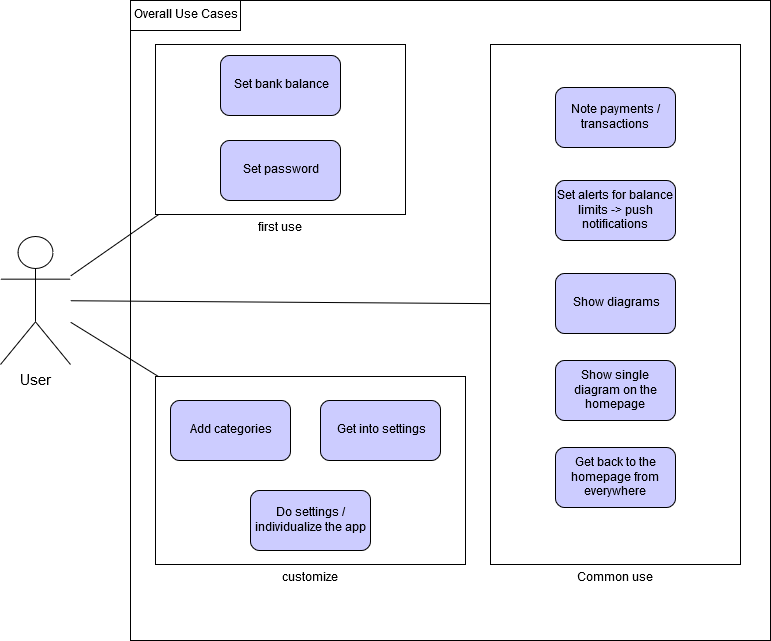
Above: OverallUsecases.png in leumas244/easyFinance-SoftwareEngeneering (draw.io), before the change. Source tidied: cells renumbered, new cells last; positions are measured from the earlier drawing's top-left corner, leaving out a move shared by most shapes.
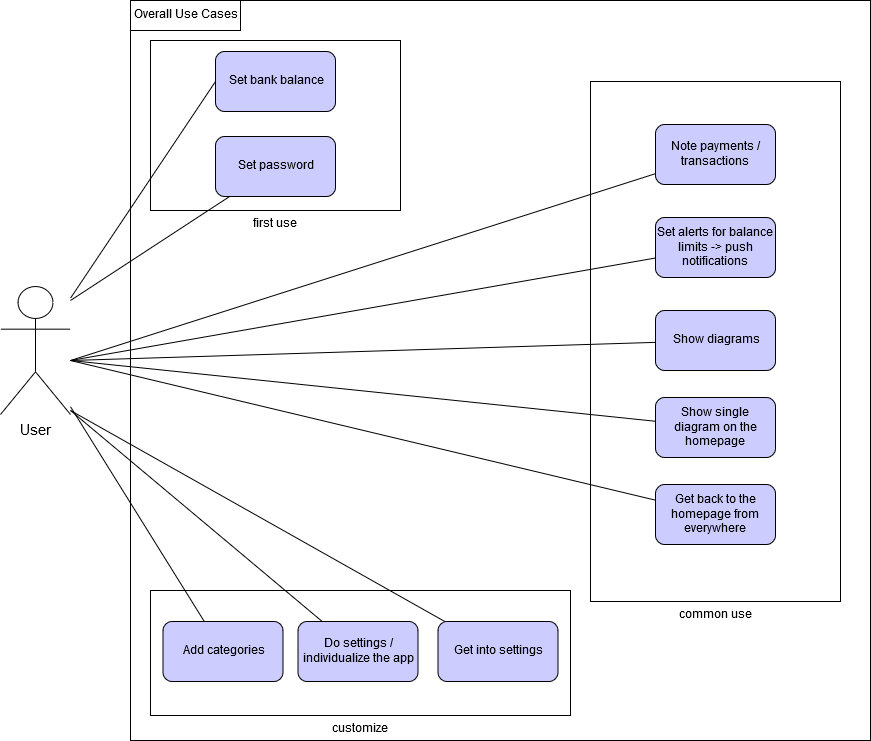
The same file after the commit.

The edit, as a diff of the source:
```diff
@@ -3,61 +3,98 @@
     <mxCell id="0" />
     <mxCell id="1" parent="0" />
     <mxCell id="2" style="whiteSpace=wrap;html=1;" parent="1" vertex="1">
-      <mxGeometry x="130" width="640" height="640" as="geometry" />
+      <mxGeometry x="130" y="-50" width="740" height="740" as="geometry" />
     </mxCell>
-    <mxCell id="3" value="Common use" style="verticalLabelPosition=bottom;verticalAlign=top;html=1;shape=mxgraph.basic.rect;fillColor=#ffffff;fillColor2=none;strokeColor=#000000;strokeWidth=1;size=20;indent=5;" parent="1" vertex="1">
-      <mxGeometry x="490" y="44" width="250" height="520" as="geometry" />
+    <mxCell id="3" value="common use" style="verticalLabelPosition=bottom;verticalAlign=top;html=1;shape=mxgraph.basic.rect;fillColor=#ffffff;fillColor2=none;strokeColor=#000000;strokeWidth=1;size=20;indent=5;" parent="1" vertex="1">
+      <mxGeometry x="590" y="31" width="250" height="520" as="geometry" />
     </mxCell>
     <mxCell id="4" value="customize" style="verticalLabelPosition=bottom;verticalAlign=top;html=1;shape=mxgraph.basic.rect;fillColor=#ffffff;fillColor2=none;strokeColor=#000000;strokeWidth=1;size=20;indent=5;" parent="1" vertex="1">
-      <mxGeometry x="155" y="376" width="310" height="188" as="geometry" />
+      <mxGeometry x="150" y="540" width="420" height="125" as="geometry" />
     </mxCell>
     <mxCell id="5" value="first use" style="verticalLabelPosition=bottom;verticalAlign=top;html=1;shape=mxgraph.basic.rect;fillColor=#ffffff;fillColor2=none;strokeColor=#000000;strokeWidth=1;size=20;indent=5;" parent="1" vertex="1">
-      <mxGeometry x="155" y="44" width="250" height="170" as="geometry" />
+      <mxGeometry x="150" y="-10" width="250" height="170" as="geometry" />
     </mxCell>
     <mxCell id="6" value="&lt;div style=&quot;font-size: 15px&quot;&gt;User&lt;/div&gt;" style="shape=umlActor;verticalLabelPosition=bottom;labelBackgroundColor=#ffffff;verticalAlign=top;html=1;outlineConnect=0;" parent="1" vertex="1">
       <mxGeometry y="236" width="70" height="128" as="geometry" />
     </mxCell>
     <mxCell id="7" value="Set bank balance" style="rounded=1;whiteSpace=wrap;html=1;fillColor=#CCCCFF;strokeColor=#000000;" parent="1" vertex="1">
-      <mxGeometry x="220" y="55" width="120" height="60" as="geometry" />
+      <mxGeometry x="215" y="1" width="120" height="60" as="geometry" />
     </mxCell>
     <mxCell id="8" value="Overall Use Cases" style="rounded=0;whiteSpace=wrap;html=1;" parent="1" vertex="1">
-      <mxGeometry x="130" width="110" height="30" as="geometry" />
+      <mxGeometry x="130" y="-50" width="110" height="30" as="geometry" />
     </mxCell>
     <mxCell id="9" value="Add categories" style="rounded=1;whiteSpace=wrap;html=1;strokeColor=#000000;fillColor=#CCCCFF;" parent="1" vertex="1">
-      <mxGeometry x="170" y="400" width="120" height="60" as="geometry" />
+      <mxGeometry x="162.5" y="571" width="120" height="60" as="geometry" />
     </mxCell>
     <mxCell id="10" value="Note payments / transactions" style="rounded=1;whiteSpace=wrap;html=1;strokeColor=#000000;fillColor=#CCCCFF;" parent="1" vertex="1">
-      <mxGeometry x="555" y="87" width="120" height="60" as="geometry" />
+      <mxGeometry x="655" y="74" width="120" height="60" as="geometry" />
     </mxCell>
     <mxCell id="11" value="Set alerts for balance limits -&amp;gt; push notifications" style="rounded=1;whiteSpace=wrap;html=1;strokeColor=#000000;fillColor=#CCCCFF;" parent="1" vertex="1">
-      <mxGeometry x="555" y="180" width="120" height="60" as="geometry" />
+      <mxGeometry x="655" y="167" width="120" height="60" as="geometry" />
     </mxCell>
     <mxCell id="12" value="Show diagrams" style="rounded=1;whiteSpace=wrap;html=1;strokeColor=#000000;fillColor=#CCCCFF;" parent="1" vertex="1">
-      <mxGeometry x="555" y="273" width="120" height="60" as="geometry" />
+      <mxGeometry x="655" y="260" width="120" height="60" as="geometry" />
     </mxCell>
     <mxCell id="13" value="Show single diagram on the homepage" style="rounded=1;whiteSpace=wrap;html=1;strokeColor=#000000;fillColor=#CCCCFF;" parent="1" vertex="1">
-      <mxGeometry x="555" y="360" width="120" height="60" as="geometry" />
+      <mxGeometry x="655" y="347" width="120" height="60" as="geometry" />
     </mxCell>
     <mxCell id="14" value="Get back to the homepage from everywhere" style="rounded=1;whiteSpace=wrap;html=1;strokeColor=#000000;fillColor=#CCCCFF;" parent="1" vertex="1">
-      <mxGeometry x="555" y="447" width="120" height="60" as="geometry" />
+      <mxGeometry x="655" y="434" width="120" height="60" as="geometry" />
     </mxCell>
     <mxCell id="15" value="Get into settings" style="rounded=1;whiteSpace=wrap;html=1;strokeColor=#000000;fillColor=#CCCCFF;" parent="1" vertex="1">
-      <mxGeometry x="320" y="400" width="120" height="60" as="geometry" />
+      <mxGeometry x="437.5" y="571" width="120" height="60" as="geometry" />
     </mxCell>
     <mxCell id="16" value="Do settings / individualize the app" style="rounded=1;whiteSpace=wrap;html=1;strokeColor=#000000;fillColor=#CCCCFF;" parent="1" vertex="1">
-      <mxGeometry x="250" y="490" width="120" height="60" as="geometry" />
+      <mxGeometry x="297.5" y="571" width="120" height="60" as="geometry" />
     </mxCell>
     <mxCell id="17" value="Set password" style="rounded=1;whiteSpace=wrap;html=1;strokeColor=#000000;fillColor=#CCCCFF;" parent="1" vertex="1">
-      <mxGeometry x="220" y="140" width="120" height="60" as="geometry" />
+      <mxGeometry x="215" y="86" width="120" height="60" as="geometry" />
     </mxCell>
-    <mxCell id="18" style="endArrow=none;html=1;" parent="1" edge="1" source="6" target="5">
+    <mxCell id="18" style="endArrow=none;html=1;entryX=0;entryY=0.5;entryDx=0;entryDy=0;" parent="1" edge="1" source="6" target="7">
       <mxGeometry relative="1" as="geometry" />
     </mxCell>
-    <mxCell id="19" style="endArrow=none;html=1;" parent="1" edge="1" source="6" target="3">
-      <mxGeometry relative="1" as="geometry" />
+    <mxCell id="19" style="endArrow=none;html=1;" parent="1" edge="1" target="10">
+      <mxGeometry relative="1" as="geometry">
+        <mxPoint x="70" y="310" as="sourcePoint" />
+      </mxGeometry>
     </mxCell>
-    <mxCell id="20" style="endArrow=none;html=1;" parent="1" edge="1" source="6" target="4">
+    <mxCell id="20" style="endArrow=none;html=1;" parent="1" edge="1" source="6" target="9">
       <mxGeometry relative="1" as="geometry" />
     </mxCell>
+    <mxCell id="21" style="endArrow=none;html=1;" parent="1" edge="1" source="17">
+      <mxGeometry relative="1" as="geometry">
+        <mxPoint x="70" y="250" as="targetPoint" />
+      </mxGeometry>
+    </mxCell>
+    <mxCell id="22" style="endArrow=none;html=1;" parent="1" edge="1" source="11">
+      <mxGeometry relative="1" as="geometry">
+        <mxPoint x="70" y="310" as="targetPoint" />
+      </mxGeometry>
+    </mxCell>
+    <mxCell id="23" style="endArrow=none;html=1;" parent="1" edge="1" source="12">
+      <mxGeometry relative="1" as="geometry">
+        <mxPoint x="70" y="310" as="targetPoint" />
+      </mxGeometry>
+    </mxCell>
+    <mxCell id="24" style="endArrow=none;html=1;" parent="1" edge="1" source="13">
+      <mxGeometry relative="1" as="geometry">
+        <mxPoint x="70" y="310" as="targetPoint" />
+      </mxGeometry>
+    </mxCell>
+    <mxCell id="25" style="endArrow=none;html=1;" parent="1" edge="1" source="14">
+      <mxGeometry relative="1" as="geometry">
+        <mxPoint x="70" y="310" as="targetPoint" />
+      </mxGeometry>
+    </mxCell>
+    <mxCell id="26" style="endArrow=none;html=1;" parent="1" edge="1" source="15">
+      <mxGeometry relative="1" as="geometry">
+        <mxPoint x="70" y="360" as="targetPoint" />
+      </mxGeometry>
+    </mxCell>
+    <mxCell id="27" style="endArrow=none;html=1;" parent="1" edge="1" source="16">
+      <mxGeometry relative="1" as="geometry">
+        <mxPoint x="70" y="360" as="targetPoint" />
+      </mxGeometry>
+    </mxCell>
   </root>
 </mxGraphModel>
```
